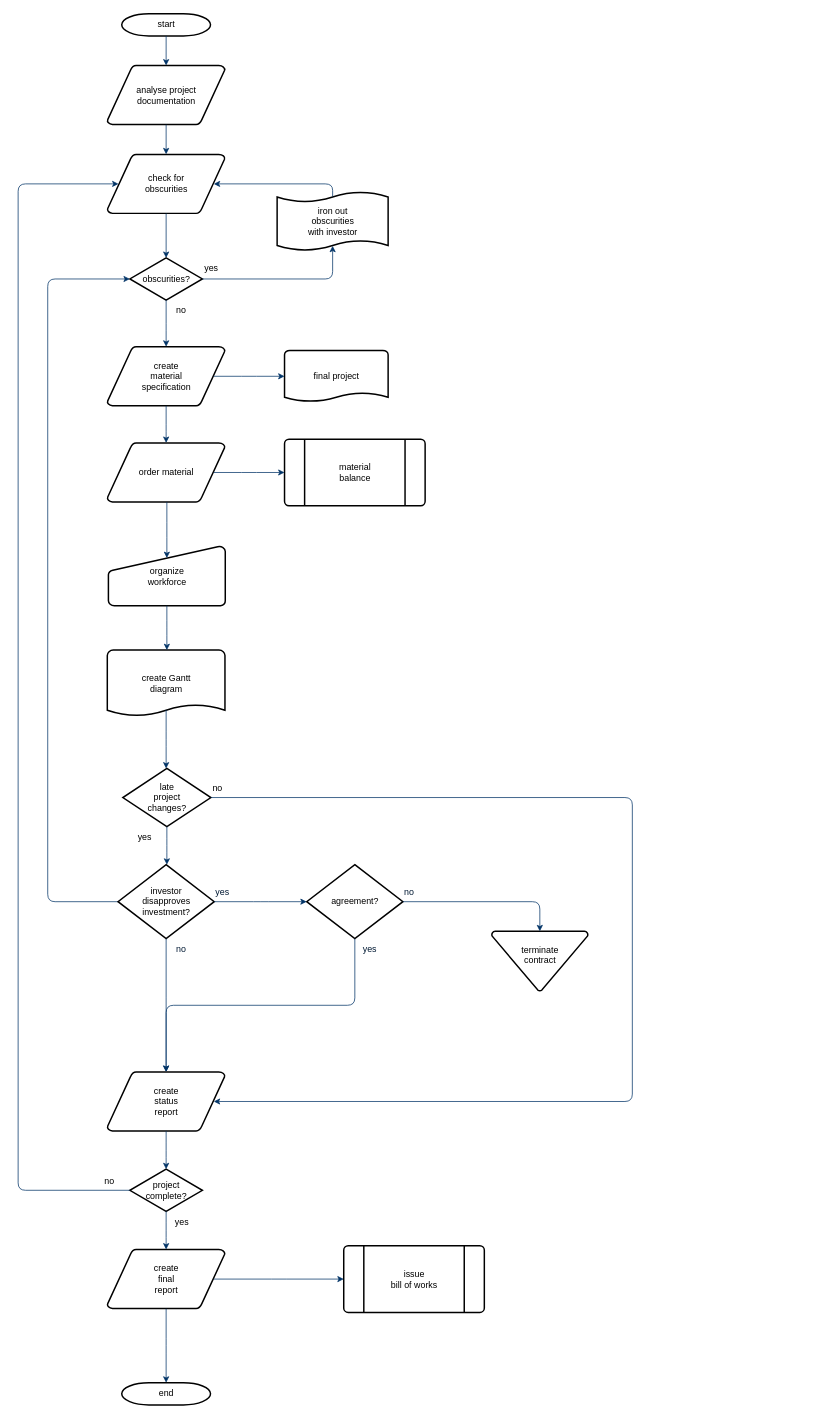
Earlier version of the draw.io diagram ListFeeTransaction.drawio (wang2gua/test). Source tidied: cells renumbered, new cells numbered last; positions are measured from the earlier drawing's top-left corner, leaving out a move shared by most shapes. Both pictures are drawn from the tidied source at 74%, with x=0, y=0 at pixel (18, 13).
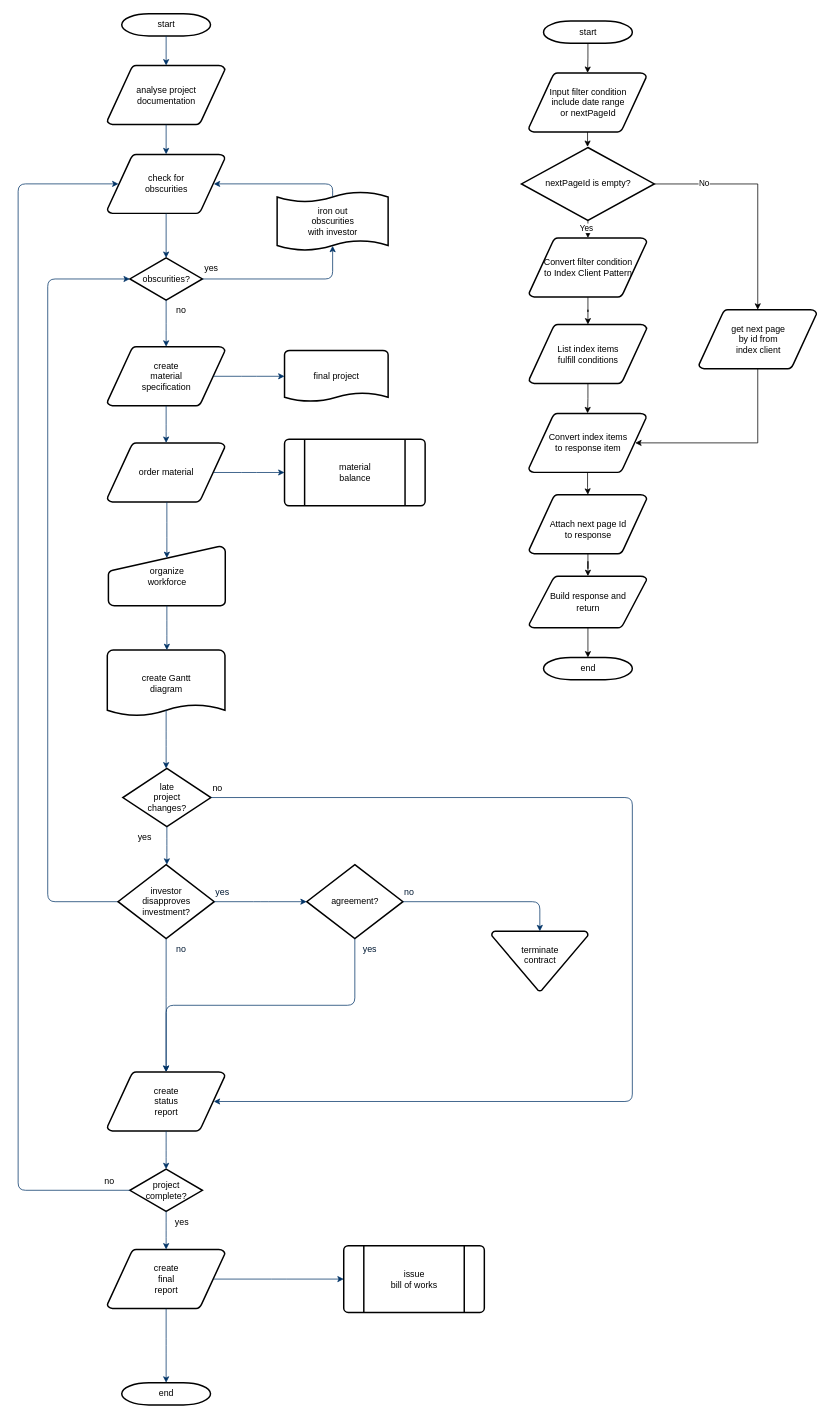
After the change.

What changed in the source:
```diff
@@
+    <mxCell id="56" style="edgeStyle=orthogonalEdgeStyle;rounded=0;jettySize=auto;html=1;" parent="1" edge="1" source="57" target="59">
+      <mxGeometry relative="1" as="geometry" />
+    </mxCell>
+    <mxCell id="57" value="start" style="shape=mxgraph.flowchart.terminator;strokeWidth=2;gradientColor=none;gradientDirection=north;fontStyle=0;html=1;" parent="1" vertex="1">
+      <mxGeometry x="710" y="10" width="120" height="30" as="geometry" />
+    </mxCell>
+    <mxCell id="58" style="edgeStyle=orthogonalEdgeStyle;rounded=0;jettySize=auto;html=1;" parent="1" edge="1" source="59" target="65">
+      <mxGeometry relative="1" as="geometry" />
+    </mxCell>
+    <mxCell id="59" value="Input filter condition&lt;br&gt; include date range&lt;br&gt;or nextPageId" style="shape=mxgraph.flowchart.data;strokeWidth=2;gradientColor=none;gradientDirection=north;fontStyle=0;html=1;" parent="1" vertex="1">
+      <mxGeometry x="690" y="80" width="159" height="80" as="geometry" />
+    </mxCell>
+    <mxCell id="60" value="end" style="shape=mxgraph.flowchart.terminator;strokeWidth=2;gradientColor=none;gradientDirection=north;fontStyle=0;html=1;" parent="1" vertex="1">
+      <mxGeometry x="710" y="870" width="120" height="30" as="geometry" />
+    </mxCell>
+    <mxCell id="61" style="edgeStyle=orthogonalEdgeStyle;rounded=0;jettySize=auto;html=1;entryX=0.5;entryY=0;entryDx=0;entryDy=0;entryPerimeter=0;" parent="1" edge="1" source="65" target="69">
+      <mxGeometry relative="1" as="geometry" />
+    </mxCell>
+    <mxCell id="62" value="Yes" style="edgeLabel;html=1;align=center;verticalAlign=middle;" parent="61" vertex="1">
+      <mxGeometry x="-0.43" y="-2" relative="1" as="geometry">
+        <mxPoint x="-1" y="3" as="offset" />
+      </mxGeometry>
+    </mxCell>
+    <mxCell id="63" style="edgeStyle=orthogonalEdgeStyle;rounded=0;jettySize=auto;html=1;" parent="1" edge="1" source="65" target="67">
+      <mxGeometry relative="1" as="geometry" />
+    </mxCell>
+    <mxCell id="64" value="No" style="edgeLabel;html=1;align=center;verticalAlign=middle;" parent="63" vertex="1">
+      <mxGeometry x="-0.57" y="2" relative="1" as="geometry" />
+    </mxCell>
+    <mxCell id="65" value="nextPageId is empty?" style="shape=mxgraph.flowchart.decision;strokeWidth=2;gradientColor=none;gradientDirection=north;fontStyle=0;html=1;" parent="1" vertex="1">
+      <mxGeometry x="680.2" y="180.8" width="179.5" height="98.5" as="geometry" />
+    </mxCell>
+    <mxCell id="66" style="edgeStyle=orthogonalEdgeStyle;rounded=0;jettySize=auto;html=1;entryX=0.905;entryY=0.5;entryDx=0;entryDy=0;entryPerimeter=0;" parent="1" edge="1" source="67" target="73">
+      <mxGeometry relative="1" as="geometry">
+        <Array as="points">
+          <mxPoint x="1000" y="580" />
+        </Array>
+      </mxGeometry>
+    </mxCell>
+    <mxCell id="67" value="get next page&lt;br&gt;by id from&lt;br&gt;index client" style="shape=mxgraph.flowchart.data;strokeWidth=2;gradientColor=none;gradientDirection=north;fontStyle=0;html=1;" parent="1" vertex="1">
+      <mxGeometry x="920" y="400" width="159" height="80" as="geometry" />
+    </mxCell>
+    <mxCell id="68" style="edgeStyle=orthogonalEdgeStyle;rounded=0;jettySize=auto;html=1;" parent="1" edge="1" source="69" target="71">
+      <mxGeometry relative="1" as="geometry" />
+    </mxCell>
+    <mxCell id="69" value="Convert filter condition &lt;br&gt;to Index Client Pattern" style="shape=mxgraph.flowchart.data;strokeWidth=2;gradientColor=none;gradientDirection=north;fontStyle=0;html=1;" parent="1" vertex="1">
+      <mxGeometry x="690.5" y="303" width="159" height="80" as="geometry" />
+    </mxCell>
+    <mxCell id="70" style="edgeStyle=orthogonalEdgeStyle;rounded=0;jettySize=auto;html=1;" parent="1" edge="1" source="71" target="73">
+      <mxGeometry relative="1" as="geometry" />
+    </mxCell>
+    <mxCell id="71" value="List index items &lt;br&gt;fulfill conditions" style="shape=mxgraph.flowchart.data;strokeWidth=2;gradientColor=none;gradientDirection=north;fontStyle=0;html=1;" parent="1" vertex="1">
+      <mxGeometry x="690.5" y="420" width="159" height="80" as="geometry" />
+    </mxCell>
+    <mxCell id="72" style="edgeStyle=orthogonalEdgeStyle;rounded=0;jettySize=auto;html=1;" parent="1" edge="1" source="73" target="75">
+      <mxGeometry relative="1" as="geometry" />
+    </mxCell>
+    <mxCell id="73" value="Convert index items&lt;br&gt;to response item" style="shape=mxgraph.flowchart.data;strokeWidth=2;gradientColor=none;gradientDirection=north;fontStyle=0;html=1;" parent="1" vertex="1">
+      <mxGeometry x="690" y="540" width="159" height="80" as="geometry" />
+    </mxCell>
+    <mxCell id="74" style="edgeStyle=orthogonalEdgeStyle;rounded=0;jettySize=auto;html=1;" parent="1" edge="1" source="75" target="77">
+      <mxGeometry relative="1" as="geometry" />
+    </mxCell>
+    <mxCell id="75" value="&lt;br&gt;Attach next page Id &lt;br&gt;to response" style="shape=mxgraph.flowchart.data;strokeWidth=2;gradientColor=none;gradientDirection=north;fontStyle=0;html=1;" parent="1" vertex="1">
+      <mxGeometry x="690.5" y="650" width="159" height="80" as="geometry" />
+    </mxCell>
+    <mxCell id="76" style="edgeStyle=orthogonalEdgeStyle;rounded=0;jettySize=auto;html=1;entryX=0.5;entryY=0;entryDx=0;entryDy=0;entryPerimeter=0;" parent="1" edge="1" source="77" target="60">
+      <mxGeometry relative="1" as="geometry" />
+    </mxCell>
+    <mxCell id="77" value="Build response and &lt;br&gt;return" style="shape=mxgraph.flowchart.data;strokeWidth=2;gradientColor=none;gradientDirection=north;fontStyle=0;html=1;" parent="1" vertex="1">
+      <mxGeometry x="690.5" y="760" width="159" height="70" as="geometry" />
+    </mxCell>
```
